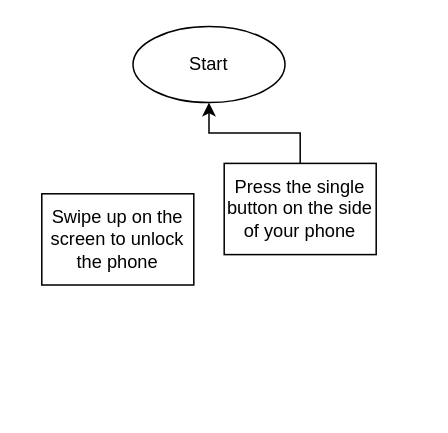
The draw.io diagram Untitled Diagram.drawio in Lyn-A/Flowcharts, before the edit. Source tidied: cells renumbered, new cells numbered last; positions are measured from the earlier drawing's top-left corner, leaving out a move shared by most shapes. Both pictures are drawn from the tidied source at 152%, with x=0, y=0 at pixel (41, 26).
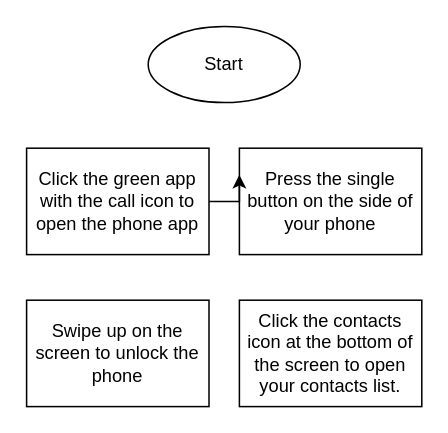
The same diagram, later.

Diff of the diagram source:
```diff
@@
 <mxGraphModel>
   <root>
     <mxCell id="0" />
     <mxCell id="1" parent="0" />
     <mxCell id="2" value="Start" style="ellipse;whiteSpace=wrap;html=1;" parent="1" vertex="1">
-      <mxGeometry x="60" width="100" height="50" as="geometry" />
+      <mxGeometry x="70" width="100" height="50" as="geometry" />
     </mxCell>
-    <mxCell id="3" style="edgeStyle=orthogonalEdgeStyle;rounded=0;jettySize=auto;html=1;" parent="1" edge="1" source="4" target="2">
-      <mxGeometry relative="1" as="geometry" />
-    </mxCell>
     <mxCell id="4" value="Press the single button on the side of your phone" style="rounded=0;whiteSpace=wrap;html=1;" parent="1" vertex="1">
-      <mxGeometry x="120" y="90" width="100" height="60" as="geometry" />
+      <mxGeometry x="130" y="80" width="120" height="70" as="geometry" />
     </mxCell>
-    <mxCell id="5" value="Swipe up on the screen to unlock the phone" style="rounded=0;whiteSpace=wrap;html=1;" parent="1" vertex="1">
-      <mxGeometry y="110" width="100" height="60" as="geometry" />
+    <mxCell id="5" value="Swipe up on the screen to unlock the phone" style="rounded=0;whiteSpace=wrap;html=1;direction=south;" parent="1" vertex="1">
+      <mxGeometry x="-10" y="180" width="120" height="70" as="geometry" />
     </mxCell>
+    <mxCell id="6" style="edgeStyle=orthogonalEdgeStyle;rounded=0;jettySize=auto;html=1;entryX=0;entryY=0.25;entryDx=0;entryDy=0;" parent="1" edge="1" source="7" target="4">
+      <mxGeometry relative="1" as="geometry" />
+    </mxCell>
+    <mxCell id="7" value="Click the green app with the call icon to open the phone app" style="rounded=0;whiteSpace=wrap;html=1;" parent="1" vertex="1">
+      <mxGeometry x="-10" y="80" width="120" height="70" as="geometry" />
+    </mxCell>
+    <mxCell id="8" value="Click the contacts icon at the bottom of the screen to open your contacts list." style="rounded=0;whiteSpace=wrap;html=1;" parent="1" vertex="1">
+      <mxGeometry x="130" y="180" width="120" height="70" as="geometry" />
+    </mxCell>
   </root>
 </mxGraphModel>
```
